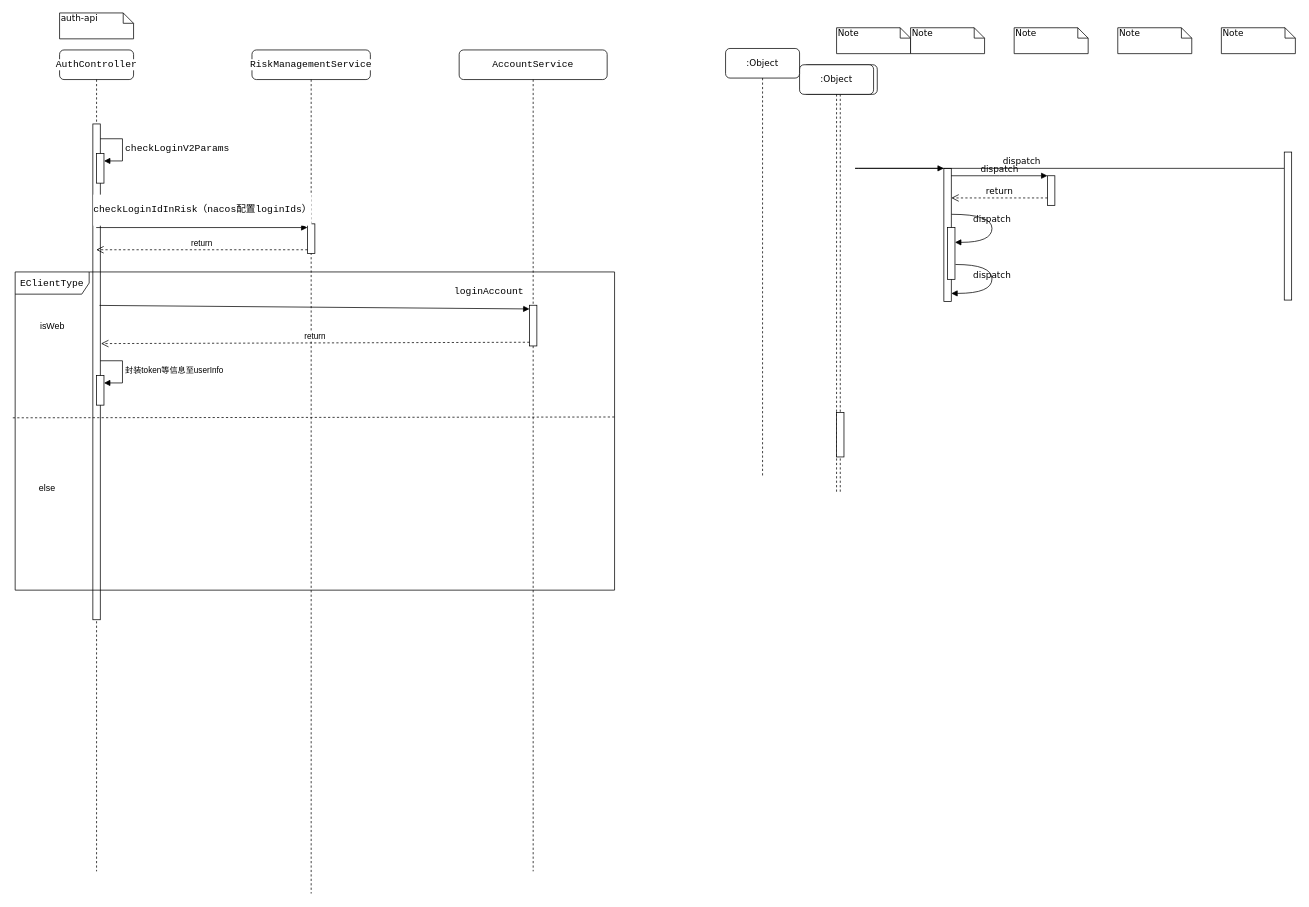
Above: mfc-auth.drawio in beixiaohai/goose (draw.io), before the change. Source tidied: cells renumbered, new cells numbered last; positions are measured from the earlier drawing's top-left corner, leaving out a move shared by most shapes. Both pictures are drawn from the tidied source at 74%, with x=0, y=0 at pixel (13, 13).
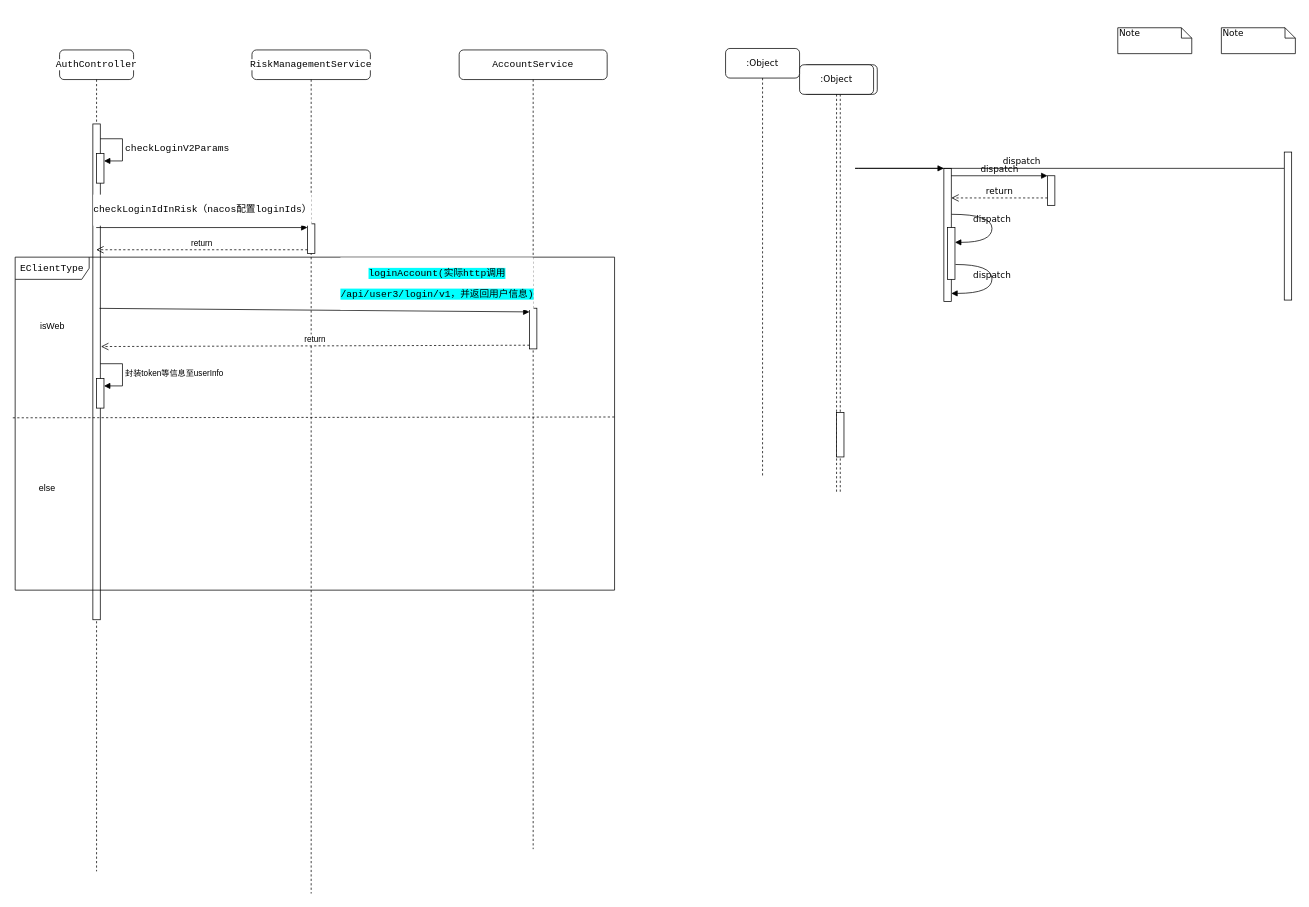
After the change.

The change refers to these unchanged cells:
```xml
<mxCell id="8" style="html=1;points=[];perimeter=orthogonalPerimeter;rounded=0;shadow=0;comic=0;labelBackgroundColor=none;strokeWidth=1;fontFamily=Verdana;fontSize=12;align=center;" parent="7" vertex="1">
  <mxGeometry x="45" y="100" width="10" height="670" as="geometry" />
</mxCell>
```

The edit, as a diff of the source:
```diff
@@
     <mxCell id="6" value="&lt;pre style=&quot;background-color: rgb(255, 255, 255); font-family: &amp;quot;JetBrains Mono&amp;quot;, monospace; font-size: 9.8pt;&quot;&gt;AccountService&lt;/pre&gt;" style="shape=umlLifeline;perimeter=lifelinePerimeter;whiteSpace=wrap;html=1;rounded=1;shadow=0;comic=0;labelBackgroundColor=none;strokeWidth=1;fontFamily=Verdana;fontSize=12;align=center;" parent="1" vertex="1">
-      <mxGeometry x="603" y="50" width="200" height="1110" as="geometry" />
+      <mxGeometry x="603" y="50" width="200" height="1080" as="geometry" />
     </mxCell>
@@
-    <mxCell id="20" value="auth-api" style="shape=note;whiteSpace=wrap;html=1;size=14;verticalAlign=top;align=left;spacingTop=-6;rounded=0;shadow=0;comic=0;labelBackgroundColor=none;strokeWidth=1;fontFamily=Verdana;fontSize=12;" parent="1" vertex="1">
-      <mxGeometry x="63" width="100" height="35" as="geometry" />
-    </mxCell>
-    <mxCell id="21" value="Note" style="shape=note;whiteSpace=wrap;html=1;size=14;verticalAlign=top;align=left;spacingTop=-6;rounded=0;shadow=0;comic=0;labelBackgroundColor=none;strokeWidth=1;fontFamily=Verdana;fontSize=12;" parent="1" vertex="1">
-      <mxGeometry x="1113" y="20" width="100" height="35" as="geometry" />
-    </mxCell>
-    <mxCell id="22" value="Note" style="shape=note;whiteSpace=wrap;html=1;size=14;verticalAlign=top;align=left;spacingTop=-6;rounded=0;shadow=0;comic=0;labelBackgroundColor=none;strokeWidth=1;fontFamily=Verdana;fontSize=12;" parent="1" vertex="1">
-      <mxGeometry x="1213" y="20" width="100" height="35" as="geometry" />
-    </mxCell>
-    <mxCell id="23" value="Note" style="shape=note;whiteSpace=wrap;html=1;size=14;verticalAlign=top;align=left;spacingTop=-6;rounded=0;shadow=0;comic=0;labelBackgroundColor=none;strokeWidth=1;fontFamily=Verdana;fontSize=12;" parent="1" vertex="1">
-      <mxGeometry x="1353" y="20" width="100" height="35" as="geometry" />
-    </mxCell>
@@
-    <mxCell id="28" value="&lt;pre style=&quot;background-color: rgb(255, 255, 255); font-family: &amp;quot;JetBrains Mono&amp;quot;, monospace; font-size: 9.8pt;&quot;&gt;EClientType&lt;/pre&gt;" style="shape=umlFrame;whiteSpace=wrap;html=1;width=100;height=30;" parent="1" vertex="1">
-      <mxGeometry x="3" y="350" width="810" height="430" as="geometry" />
+    <mxCell id="28" value="&lt;pre style=&quot;font-family: &amp;quot;JetBrains Mono&amp;quot;, monospace; font-size: 9.8pt;&quot;&gt;EClientType&lt;/pre&gt;" style="shape=umlFrame;html=1;width=100;height=30;labelBackgroundColor=none;whiteSpace=wrap;" parent="1" vertex="1">
+      <mxGeometry x="3" y="330" width="810" height="450" as="geometry" />
     </mxCell>
@@
     <mxCell id="32" style="html=1;points=[[0,0,0,0,5],[0,1,0,0,-5],[1,0,0,0,5],[1,1,0,0,-5]];perimeter=orthogonalPerimeter;outlineConnect=0;targetShapes=umlLifeline;portConstraint=eastwest;newEdgeStyle={&quot;curved&quot;:0,&quot;rounded&quot;:0};" parent="1" vertex="1">
-      <mxGeometry x="698" y="395" width="10" height="55" as="geometry" />
+      <mxGeometry x="698" y="399" width="10" height="55" as="geometry" />
     </mxCell>
-    <mxCell id="33" value="&lt;pre style=&quot;font-family: &amp;quot;JetBrains Mono&amp;quot;, monospace; font-size: 9.8pt;&quot;&gt;loginAccount&lt;/pre&gt;" style="html=1;verticalAlign=bottom;endArrow=block;curved=0;rounded=0;entryX=0;entryY=0;entryDx=0;entryDy=5;exitX=0.9;exitY=0.366;exitDx=0;exitDy=0;exitPerimeter=0;" parent="1" edge="1" source="8" target="32">
-      <mxGeometry x="0.81" relative="1" as="geometry" />
+    <mxCell id="33" value="&lt;pre style=&quot;font-family: &amp;quot;JetBrains Mono&amp;quot;, monospace; font-size: 9.8pt;&quot;&gt;&lt;span style=&quot;background-color: rgb(0, 255, 255);&quot;&gt;loginAccount(实际http调用&lt;/span&gt;&lt;/pre&gt;&lt;pre style=&quot;font-family: &amp;quot;JetBrains Mono&amp;quot;, monospace; font-size: 9.8pt;&quot;&gt;&lt;span style=&quot;background-color: rgb(0, 255, 255);&quot;&gt;/api/user3/login/v1，并返回用户信息)&lt;/span&gt;&lt;/pre&gt;" style="html=1;verticalAlign=bottom;endArrow=block;curved=0;rounded=0;entryX=0;entryY=0;entryDx=0;entryDy=5;exitX=0.9;exitY=0.366;exitDx=0;exitDy=0;exitPerimeter=0;" parent="1" edge="1" target="32">
+      <mxGeometry x="0.57" y="-1" relative="1" as="geometry">
+        <mxPoint x="117" y="399.2" as="sourcePoint" />
+      </mxGeometry>
     </mxCell>
-    <mxCell id="34" value="return" style="html=1;verticalAlign=bottom;endArrow=open;dashed=1;endSize=8;curved=0;rounded=0;exitX=0;exitY=1;exitDx=0;exitDy=-5;entryX=1.1;entryY=0.443;entryDx=0;entryDy=0;entryPerimeter=0;" parent="1" edge="1" source="32" target="8">
-      <mxGeometry relative="1" as="geometry" />
+    <mxCell id="34" value="return" style="html=1;verticalAlign=bottom;endArrow=open;dashed=1;endSize=8;curved=0;rounded=0;exitX=0;exitY=1;exitDx=0;exitDy=-5;entryX=1.1;entryY=0.443;entryDx=0;entryDy=0;entryPerimeter=0;" parent="1" edge="1" source="32">
+      <mxGeometry relative="1" as="geometry">
+        <mxPoint x="119" y="450.8" as="targetPoint" />
+      </mxGeometry>
     </mxCell>
@@
     <mxCell id="36" style="html=1;points=[[0,0,0,0,5],[0,1,0,0,-5],[1,0,0,0,5],[1,1,0,0,-5]];perimeter=orthogonalPerimeter;outlineConnect=0;targetShapes=umlLifeline;portConstraint=eastwest;newEdgeStyle={&quot;curved&quot;:0,&quot;rounded&quot;:0};" parent="1" vertex="1">
-      <mxGeometry x="113" y="490" width="10" height="40" as="geometry" />
+      <mxGeometry x="113" y="494" width="10" height="40" as="geometry" />
     </mxCell>
     <mxCell id="37" value="封装token等信息至userInfo" style="html=1;align=left;spacingLeft=2;endArrow=block;rounded=0;edgeStyle=orthogonalEdgeStyle;curved=0;rounded=0;" parent="1" edge="1" target="36">
       <mxGeometry relative="1" as="geometry">
-        <mxPoint x="118" y="470" as="sourcePoint" />
+        <mxPoint x="118" y="474" as="sourcePoint" />
         <Array as="points">
-          <mxPoint x="148" y="500" />
+          <mxPoint x="148" y="504" />
         </Array>
       </mxGeometry>
     </mxCell>
```
